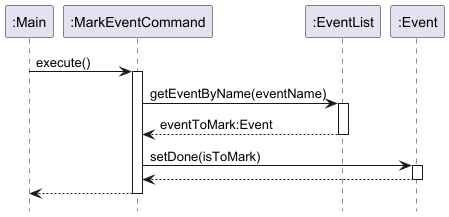
Above: docs/images/MarkEventSequenceDiagram.png in nus-cs2113-AY2425S1/tp (PlantUML), before the change.
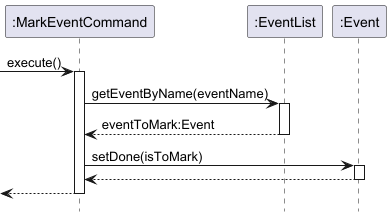
After the change.

What changed in the source:
```diff
@@ -2,12 +2,11 @@
 !include style.puml
 hide footbox
 
-participant ":Main" as main
 participant ":MarkEventCommand" as markCommand
 participant ":EventList" as eventList
 participant ":Event" as event
 
-main -> markCommand : execute()
+[-> markCommand : execute()
 activate markCommand
 
 markCommand -> eventList : getEventByName(eventName)
@@ -22,6 +21,6 @@
 event --> markCommand
 deactivate event
 
-markCommand --> main
-deactivate markCommand
+return
+
 @enduml
```
